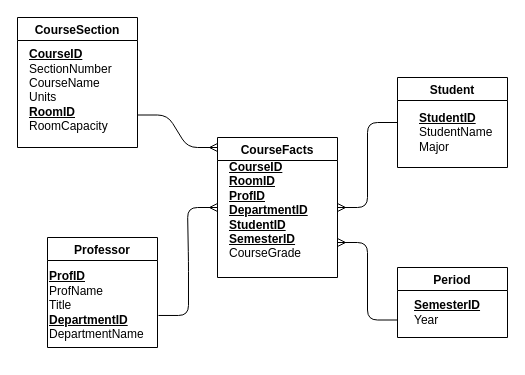
The draw.io diagram Star_schema.drawio in carlota-castro/DataManagement, before the edit. Source tidied: cells renumbered, new cells numbered last; positions are measured from the earlier drawing's top-left corner, leaving out a move shared by most shapes. Both pictures are drawn from the tidied source at 100%, with x=0, y=0 at pixel (17, 17).
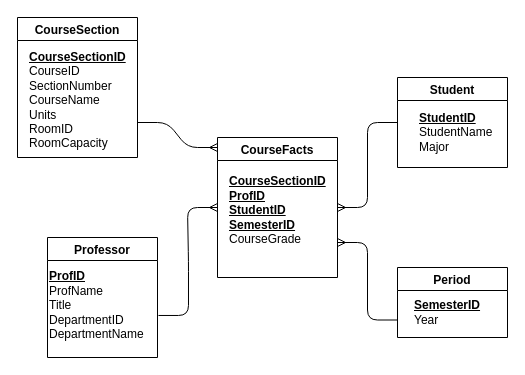
The same diagram, later.

The edit, as a diff of the source:
```diff
@@
 <mxGraphModel>
   <root>
     <mxCell id="0" />
     <mxCell id="1" parent="0" />
     <mxCell id="2" value="CourseSection" style="swimlane;" parent="1" vertex="1">
-      <mxGeometry width="120" height="130" as="geometry" />
+      <mxGeometry width="120" height="140" as="geometry" />
     </mxCell>
-    <mxCell id="3" value="&lt;u style=&quot;font-weight: bold&quot;&gt;CourseID&lt;/u&gt;&lt;br&gt;&lt;div&gt;SectionNumber&lt;/div&gt;&lt;div&gt;CourseName&lt;/div&gt;&lt;div&gt;Units&lt;/div&gt;&lt;div&gt;&lt;u&gt;&lt;b&gt;RoomID&lt;/b&gt;&lt;/u&gt;&lt;/div&gt;&lt;div&gt;RoomCapacity&lt;/div&gt;&lt;div&gt;&lt;br&gt;&lt;/div&gt;" style="text;html=1;align=left;verticalAlign=middle;" parent="2" vertex="1">
-      <mxGeometry x="10" y="30" width="100" height="100" as="geometry" />
+    <mxCell id="3" value="&lt;u style=&quot;font-weight: bold&quot;&gt;CourseSectionID&lt;/u&gt;&lt;br&gt;&lt;div&gt;CourseID&lt;/div&gt;&lt;div&gt;SectionNumber&lt;/div&gt;&lt;div&gt;CourseName&lt;/div&gt;&lt;div&gt;Units&lt;/div&gt;&lt;div&gt;RoomID&lt;/div&gt;&lt;div&gt;RoomCapacity&lt;/div&gt;&lt;div&gt;&lt;br&gt;&lt;/div&gt;" style="text;html=1;align=left;verticalAlign=middle;" parent="2" vertex="1">
+      <mxGeometry x="10" y="30" width="110" height="120" as="geometry" />
     </mxCell>
     <mxCell id="4" value="Professor" style="swimlane;" parent="1" vertex="1">
-      <mxGeometry x="30" y="220" width="110" height="110" as="geometry" />
+      <mxGeometry x="30" y="220" width="110" height="120" as="geometry" />
     </mxCell>
-    <mxCell id="5" value="&lt;u style=&quot;font-weight: bold&quot;&gt;ProfID&lt;/u&gt;&lt;br&gt;&lt;div&gt;ProfName&lt;/div&gt;&lt;div&gt;&lt;span&gt;Title&lt;/span&gt;&lt;/div&gt;&lt;div&gt;&lt;span&gt;&lt;b&gt;&lt;u&gt;DepartmentID&lt;/u&gt;&lt;/b&gt;&lt;/span&gt;&lt;/div&gt;&lt;div&gt;DepartmentName&lt;/div&gt;&lt;div&gt;&lt;br&gt;&lt;/div&gt;" style="text;html=1;align=left;verticalAlign=middle;points=[];" parent="4" vertex="1">
+    <mxCell id="5" value="&lt;u style=&quot;font-weight: bold&quot;&gt;ProfID&lt;/u&gt;&lt;br&gt;&lt;div&gt;ProfName&lt;/div&gt;&lt;div&gt;&lt;span&gt;Title&lt;/span&gt;&lt;/div&gt;&lt;div&gt;&lt;span&gt;DepartmentID&lt;/span&gt;&lt;/div&gt;&lt;div&gt;DepartmentName&lt;/div&gt;&lt;div&gt;&lt;br&gt;&lt;/div&gt;" style="text;html=1;align=left;verticalAlign=middle;points=[];" parent="4" vertex="1">
       <mxGeometry y="30" width="110" height="90" as="geometry" />
     </mxCell>
     <mxCell id="6" value="Student" style="swimlane;" parent="1" vertex="1">
       <mxGeometry x="380" y="60" width="110" height="90" as="geometry" />
     </mxCell>
     <mxCell id="7" value="&lt;u style=&quot;font-weight: bold&quot;&gt;StudentID&lt;/u&gt;&lt;br&gt;StudentName&lt;br&gt;Major" style="text;html=1;align=left;verticalAlign=middle;" parent="6" vertex="1">
       <mxGeometry x="20" y="30" width="90" height="50" as="geometry" />
     </mxCell>
     <mxCell id="8" value="Period" style="swimlane;" parent="1" vertex="1">
       <mxGeometry x="380" y="250" width="110" height="70" as="geometry" />
     </mxCell>
     <mxCell id="9" value="&lt;u style=&quot;font-weight: bold&quot;&gt;SemesterID&lt;/u&gt;&lt;br&gt;Year" style="text;html=1;align=left;verticalAlign=middle;" parent="8" vertex="1">
       <mxGeometry x="15" y="30" width="80" height="30" as="geometry" />
     </mxCell>
     <mxCell id="10" style="edgeStyle=entityRelationEdgeStyle;fontSize=12;html=1;endArrow=ERmany;entryX=0;entryY=0.5;entryDx=0;entryDy=0;exitX=1.009;exitY=0.533;exitDx=0;exitDy=0;exitPerimeter=0;" parent="1" edge="1" source="5" target="12">
       <mxGeometry relative="1" as="geometry" />
     </mxCell>
     <mxCell id="11" style="edgeStyle=entityRelationEdgeStyle;fontSize=12;html=1;endArrow=ERmany;exitX=1;exitY=0.75;exitDx=0;exitDy=0;" parent="1" edge="1" source="2">
       <mxGeometry relative="1" as="geometry">
         <mxPoint x="200" y="130" as="targetPoint" />
       </mxGeometry>
     </mxCell>
     <mxCell id="12" value="CourseFacts" style="swimlane;" parent="1" vertex="1">
       <mxGeometry x="200" y="120" width="120" height="140" as="geometry" />
     </mxCell>
-    <mxCell id="13" value="&lt;u style=&quot;font-weight: bold&quot;&gt;CourseID&lt;br&gt;&lt;/u&gt;&lt;div&gt;&lt;u&gt;&lt;b&gt;RoomID&lt;/b&gt;&lt;/u&gt;&lt;/div&gt;&lt;div&gt;&lt;b&gt;&lt;u&gt;ProfID&lt;/u&gt;&lt;/b&gt;&lt;/div&gt;&lt;div&gt;&lt;b&gt;&lt;u&gt;DepartmentID&lt;/u&gt;&lt;/b&gt;&lt;/div&gt;&lt;div&gt;&lt;b&gt;&lt;u&gt;StudentID&lt;/u&gt;&lt;/b&gt;&lt;/div&gt;&lt;div&gt;&lt;b&gt;&lt;u&gt;SemesterID&lt;/u&gt;&lt;/b&gt;&lt;/div&gt;&lt;div&gt;CourseGrade&lt;/div&gt;&lt;div&gt;&lt;br&gt;&lt;/div&gt;" style="text;html=1;align=left;verticalAlign=middle;" parent="12" vertex="1">
-      <mxGeometry x="10" y="20" width="90" height="120" as="geometry" />
+    <mxCell id="13" value="&lt;u style=&quot;font-weight: bold&quot;&gt;CourseSectionID&lt;br&gt;&lt;/u&gt;&lt;div&gt;&lt;b&gt;&lt;u&gt;ProfID&lt;/u&gt;&lt;/b&gt;&lt;/div&gt;&lt;div&gt;&lt;b&gt;&lt;u&gt;StudentID&lt;/u&gt;&lt;/b&gt;&lt;/div&gt;&lt;div&gt;&lt;b&gt;&lt;u&gt;SemesterID&lt;/u&gt;&lt;/b&gt;&lt;/div&gt;&lt;div&gt;CourseGrade&lt;/div&gt;&lt;div&gt;&lt;br&gt;&lt;/div&gt;" style="text;html=1;align=left;verticalAlign=middle;" parent="12" vertex="1">
+      <mxGeometry x="10" y="35" width="110" height="90" as="geometry" />
     </mxCell>
     <mxCell id="14" style="edgeStyle=entityRelationEdgeStyle;fontSize=12;html=1;endArrow=ERmany;exitX=0;exitY=0.75;exitDx=0;exitDy=0;entryX=1;entryY=0.75;entryDx=0;entryDy=0;" parent="1" edge="1" source="8" target="12">
       <mxGeometry relative="1" as="geometry" />
     </mxCell>
     <mxCell id="15" style="edgeStyle=entityRelationEdgeStyle;fontSize=12;html=1;endArrow=ERmany;exitX=0;exitY=0.5;exitDx=0;exitDy=0;entryX=1;entryY=0.5;entryDx=0;entryDy=0;" parent="1" edge="1" source="6" target="12">
       <mxGeometry relative="1" as="geometry" />
     </mxCell>
   </root>
 </mxGraphModel>
```
